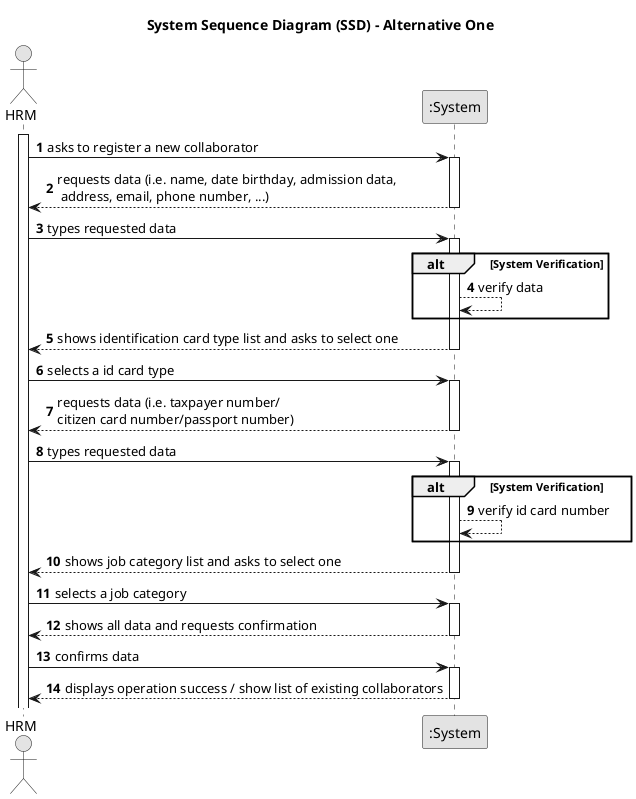
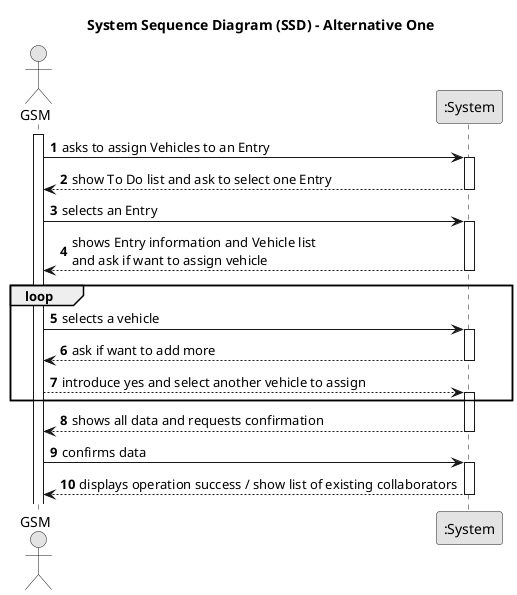
@startuml
skinparam monochrome true
skinparam packageStyle rectangle
skinparam shadowing false

title System Sequence Diagram (SSD) - Alternative One

autonumber

- actor "HRM" as Manager
+ actor "GSM" as Manager
participant ":System" as System

activate Manager

-     Manager -> System : asks to register a new collaborator
+     Manager -> System : asks to assign Vehicles to an Entry
    activate System

-         System --> Manager : requests data (i.e. name, date birthday, admission data,\n address, email, phone number, ...)
+         System --> Manager : show To Do list and ask to select one Entry
    deactivate System

-    Manager  -> System : types requested data
+     Manager -> System : selects an Entry
    activate System

-     alt System Verification
-     System --> System  : verify data
-     end

-     System --> Manager  : shows identification card type list and asks to select one
+     System --> Manager  : shows Entry information and Vehicle list \nand ask if want to assign vehicle
+         deactivate System
+ loop
+         Manager  -> System : selects a vehicle
+         activate System
+ 
+      System --> Manager : ask if want to add more
        deactivate System

-         Manager  -> System : selects a id card type
+         Manager --> System : introduce yes and select another vehicle to assign
        activate System
- 
-      System --> Manager : requests data (i.e. taxpayer number/\ncitizen card number/passport number)
-         deactivate System
- 
-        Manager  -> System : types requested data
-         activate System
- 
-          alt System Verification
-             System --> System  : verify id card number
-             end
- 
-         System --> Manager  : shows job category list and asks to select one
-     deactivate System
- 
-     Manager  -> System : selects a job category
-     activate System
+ end

        System --> Manager  : shows all data and requests confirmation
    deactivate System

    Manager  -> System : confirms data
    activate System

        System --> Manager : displays operation success / show list of existing collaborators
    deactivate System

@enduml